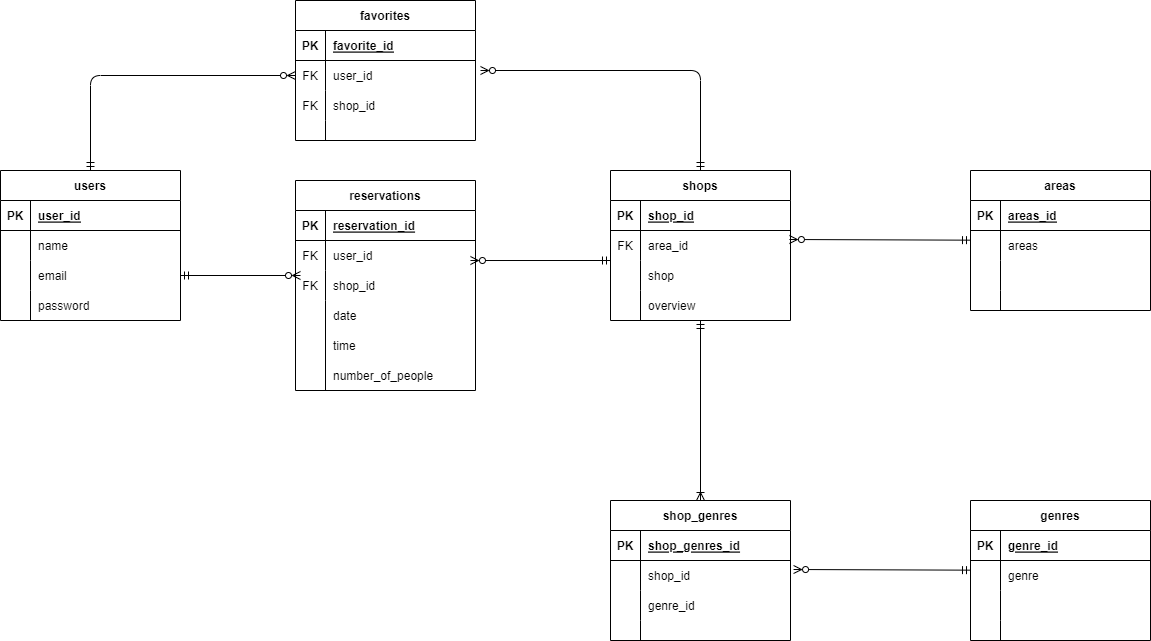
This is reservation/reservation.drawio.png from nakagawa1573/images, a draw.io export, as it was before one commit. Source tidied: cells renumbered, new cells last; positions are measured from the earlier drawing's top-left corner, leaving out a move shared by most shapes.
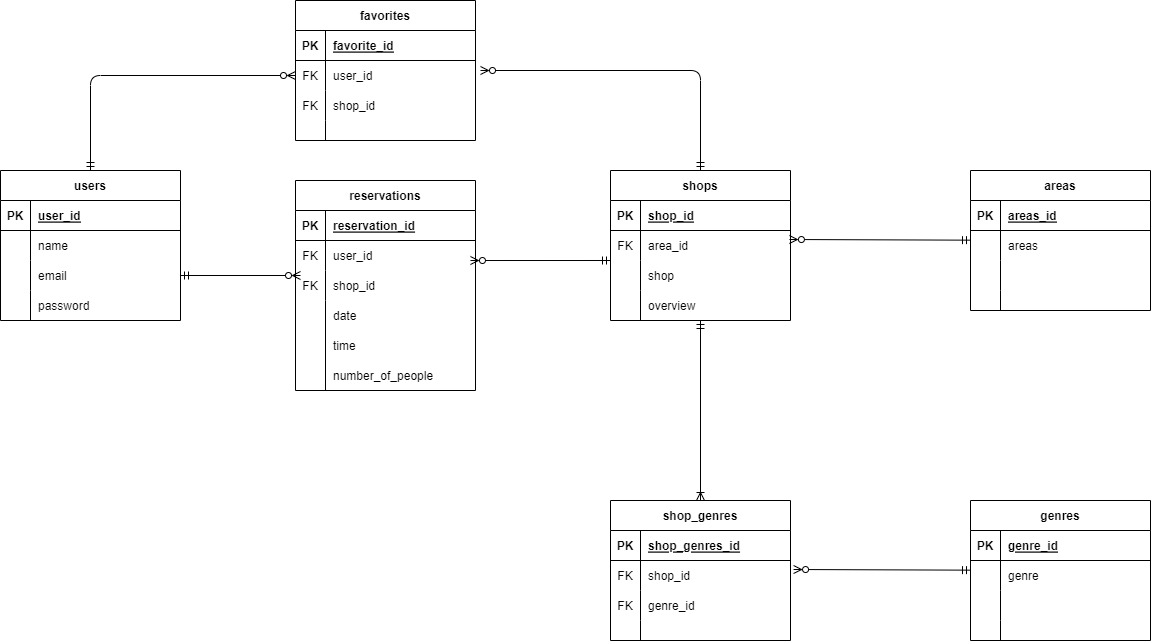
After the change.

What changed in the source:
```diff
@@ -295,7 +295,7 @@
     <mxCell id="95" style="shape=tableRow;horizontal=0;startSize=0;swimlaneHead=0;swimlaneBody=0;fillColor=none;points=[[0,0.5],[1,0.5]];portConstraint=eastwest;top=0;left=0;right=0;bottom=0;" parent="91" vertex="1">
       <mxGeometry y="60" width="180" height="30" as="geometry" />
     </mxCell>
-    <mxCell id="96" style="shape=partialRectangle;fillColor=none;top=0;left=0;bottom=0;right=0;overflow=hidden;" parent="95" vertex="1">
+    <mxCell id="96" value="FK" style="shape=partialRectangle;fillColor=none;top=0;left=0;bottom=0;right=0;overflow=hidden;" parent="95" vertex="1">
       <mxGeometry width="30" height="30" as="geometry" />
     </mxCell>
     <mxCell id="97" value="shop_id" style="shape=partialRectangle;fillColor=none;top=0;left=0;bottom=0;right=0;align=left;spacingLeft=6;overflow=hidden;" parent="95" vertex="1">
@@ -304,7 +304,7 @@
     <mxCell id="98" style="shape=tableRow;horizontal=0;startSize=0;swimlaneHead=0;swimlaneBody=0;fillColor=none;top=0;left=0;right=0;bottom=0;" parent="91" vertex="1">
       <mxGeometry y="90" width="180" height="30" as="geometry" />
     </mxCell>
-    <mxCell id="99" style="shape=partialRectangle;fillColor=none;top=0;left=0;bottom=0;right=0;overflow=hidden;" parent="98" vertex="1">
+    <mxCell id="99" value="FK" style="shape=partialRectangle;fillColor=none;top=0;left=0;bottom=0;right=0;overflow=hidden;" parent="98" vertex="1">
       <mxGeometry width="30" height="30" as="geometry" />
     </mxCell>
     <mxCell id="100" value="genre_id" style="shape=partialRectangle;fillColor=none;top=0;left=0;bottom=0;right=0;align=left;spacingLeft=6;overflow=hidden;" parent="98" vertex="1">
```
